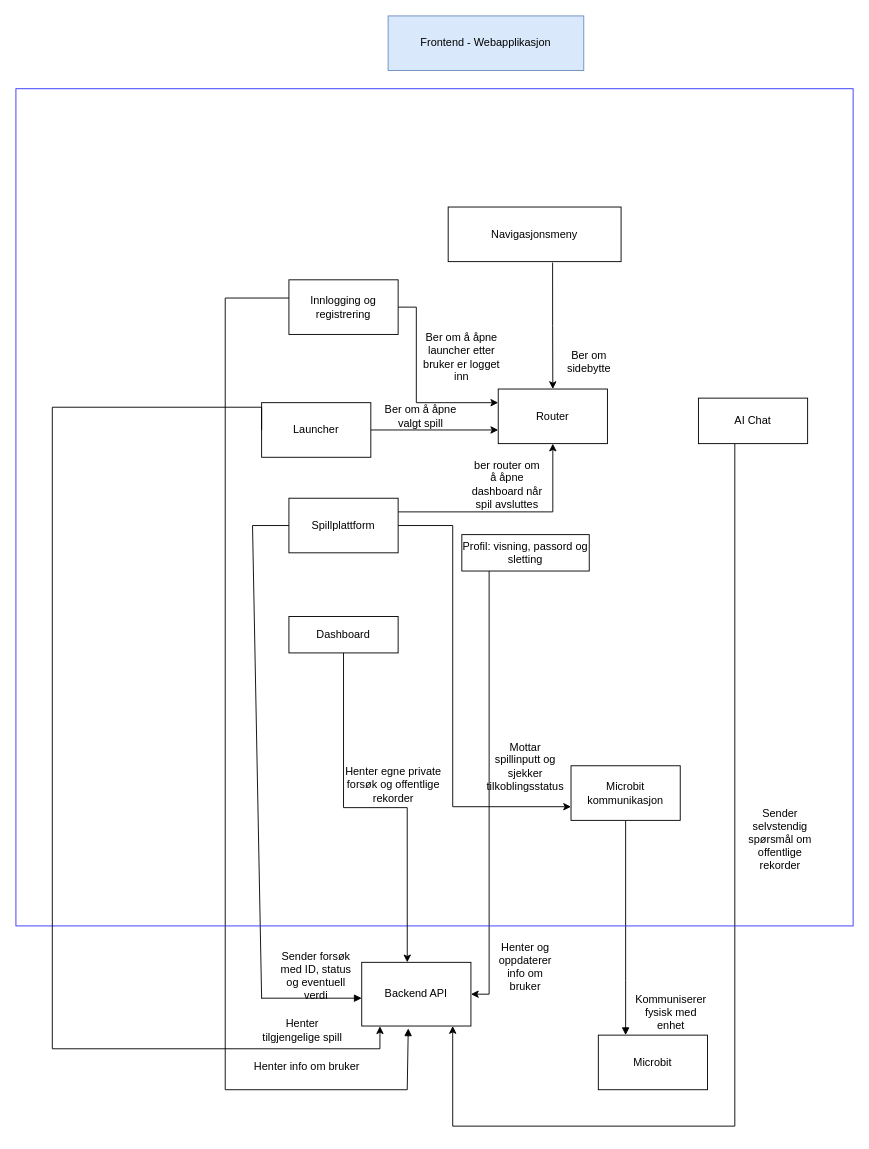
Before: webapp/spec/models/c4-komponentmodell_nivaa3.drawio in Hoglar/mikrobitGames, a draw.io diagram. Source tidied: cells renumbered, new cells numbered last; positions are measured from the earlier drawing's top-left corner, leaving out a move shared by most shapes. Both pictures are drawn from the tidied source at 91%, with x=0, y=0 at pixel (15, 15).
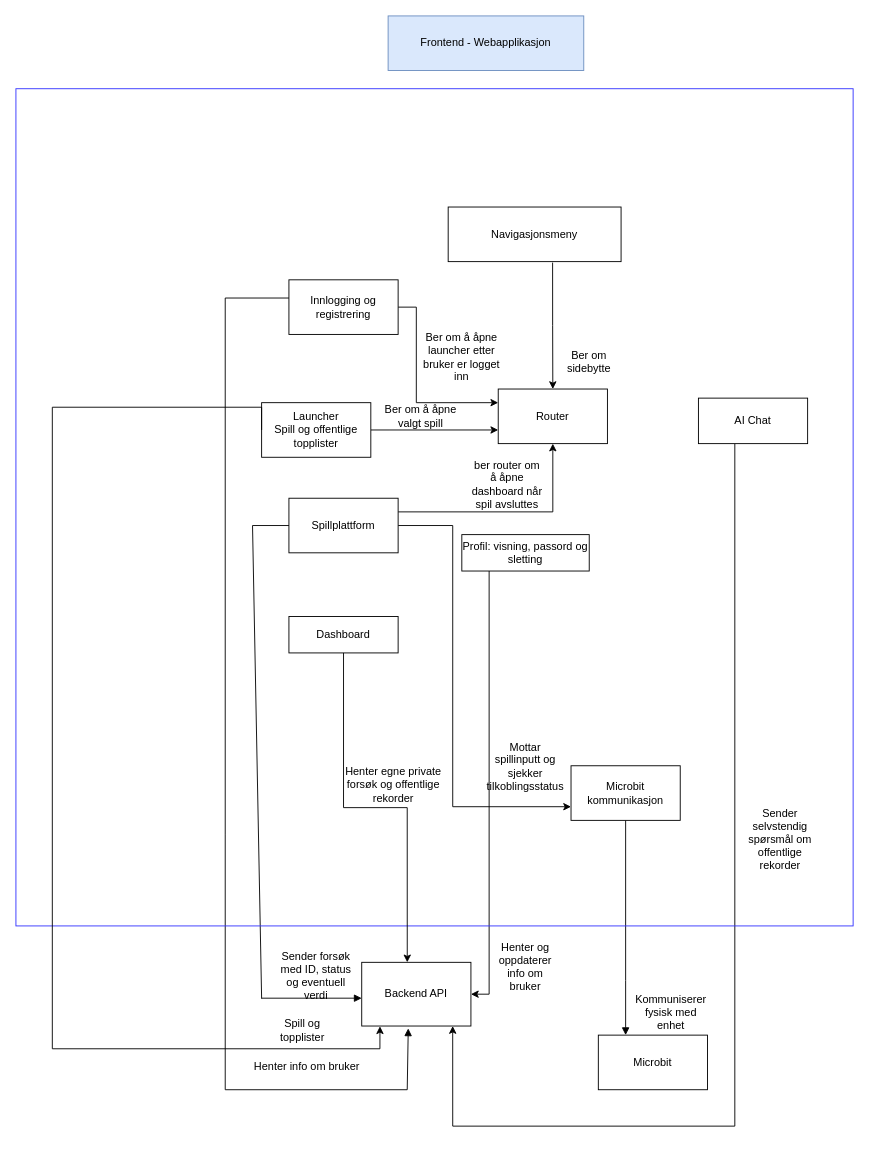
After the change.

The edit, as a diff of the source:
```diff
@@
-    <mxCell id="9" value="Launcher" style="rounded=0;whiteSpace=wrap;html=1;" parent="1" vertex="1">
+    <mxCell id="9" value="Launcher&lt;br&gt;Spill og offentlige topplister" style="rounded=0;whiteSpace=wrap;html=1;" parent="1" vertex="1">
       <mxGeometry x="270" y="425" width="120" height="60" as="geometry" />
     </mxCell>
@@
-    <mxCell id="38" value="Henter tilgjengelige spill" style="text;html=1;whiteSpace=wrap;strokeColor=none;fillColor=none;align=center;verticalAlign=middle;rounded=0;" parent="1" vertex="1">
+    <mxCell id="38" value="Spill og topplister" style="text;html=1;whiteSpace=wrap;strokeColor=none;fillColor=none;align=center;verticalAlign=middle;rounded=0;" parent="1" vertex="1">
       <mxGeometry x="270" y="1100" width="90" height="30" as="geometry" />
     </mxCell>
```
